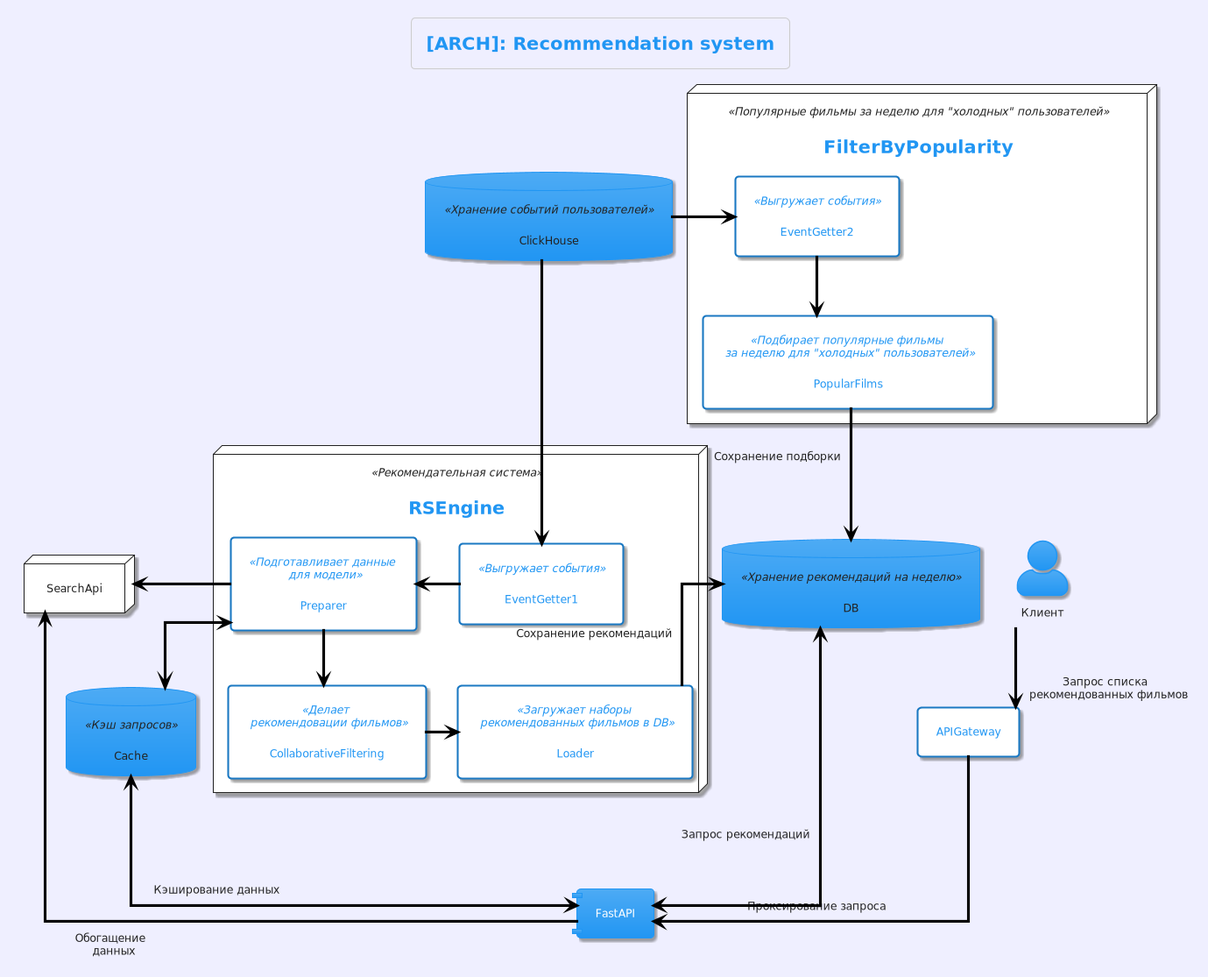
Before: architecture/recsys_architecture_v1-_ARCH___Recommendation_system.png, a diagram exported from PlantUML (CatLecter/RS). Its diagram source:
```plantuml
@startuml
!theme materia
skinparam componentStyle uml1
skinparam backgroundColor MOTIVATION
skinparam linetype ortho
skinparam actorStyle awesome
skinparam defaultTextAlignment center
skinparam classarrowcolor Black
skinparam SequenceMessageAlign reverseDirection

title [ARCH]: Recommendation system

rectangle APIGateway
actor Клиент as Client
component FastAPI
database DB <<Хранение рекомендаций на неделю>>
database Cache <<Кэш запросов>>
node SearchApi
database ClickHouse <<Хранение событий пользователей>>
node RSEngine <<Рекомендательная система>> {
    rectangle EventGetter1 <<Выгружает события>>
    rectangle Preparer <<Подготавливает данные \n для модели>>
    rectangle Loader <<Загружает наборы \n рекомендованных фильмов в DB>>
    rectangle CollaborativeFiltering <<Делает \n рекомендовации фильмов>>
}
node FilterByPopularity <<Популярные фильмы за неделю для "холодных" пользователей>> {
    rectangle EventGetter2 <<Выгружает события>>
    rectangle PopularFilms <<Подбирает популярные фильмы \n за неделю для "холодных" пользователей>>
}

Client --> APIGateway: Запрос списка \n рекомендованных фильмов
APIGateway ---> FastAPI: Проксирование запроса
FastAPI <-up--> DB: Запрос рекомендаций
ClickHouse --> EventGetter1
ClickHouse -right-> EventGetter2
EventGetter1 -left-> Preparer
Preparer -down-> CollaborativeFiltering
Preparer -left-> SearchApi
Preparer <--> Cache
CollaborativeFiltering -right-> Loader
EventGetter2 -down-> PopularFilms
PopularFilms --> DB: Сохранение подборки
DB <-- Loader: Сохранение рекомендаций
FastAPI -up-> SearchApi: Обогащение \n данных
FastAPI <-up--> Cache: Кэширование данных
@enduml
```
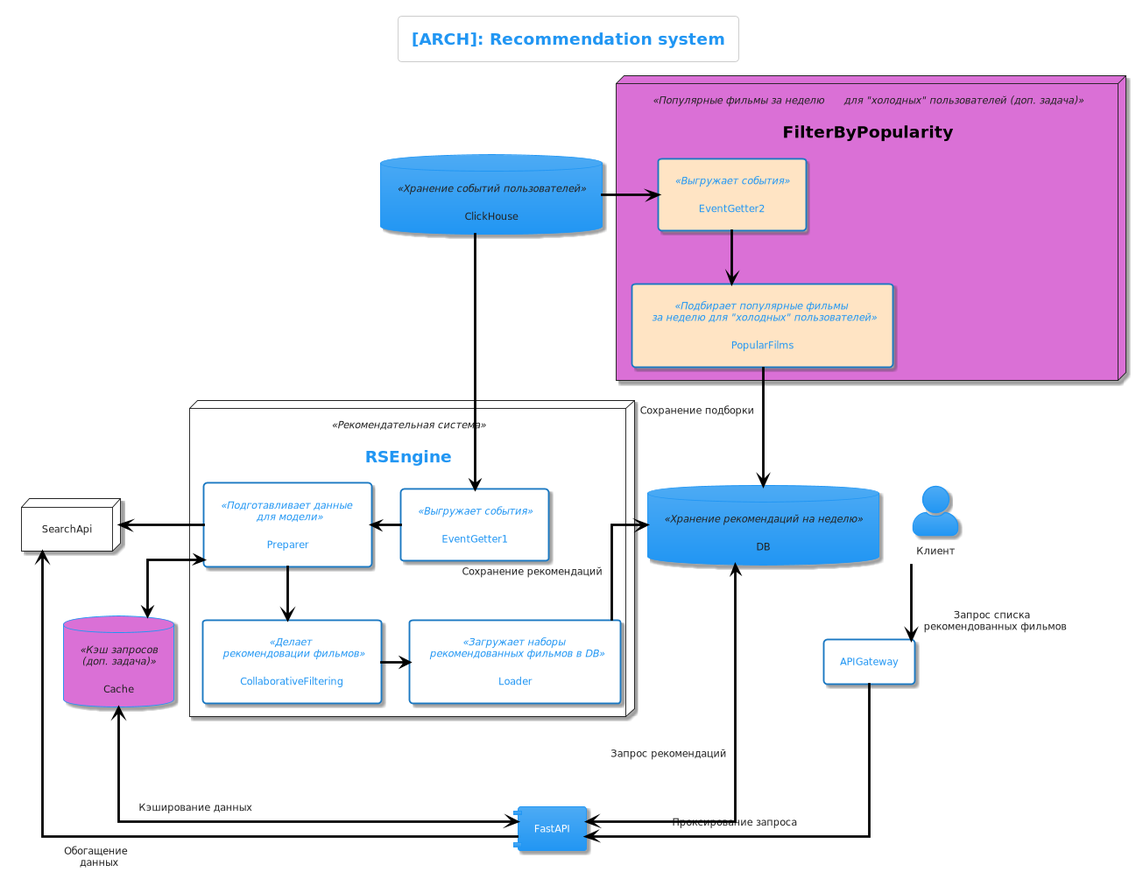
After the commit.

What changed in the source:
```diff
@@ -1,7 +1,7 @@
 @startuml
 !theme materia
 skinparam componentStyle uml1
-skinparam backgroundColor MOTIVATION
+skinparam backgroundColor White
 skinparam linetype ortho
 skinparam actorStyle awesome
 skinparam defaultTextAlignment center
@@ -14,7 +14,7 @@
 actor Клиент as Client
 component FastAPI
 database DB <<Хранение рекомендаций на неделю>>
-database Cache <<Кэш запросов>>
+database Cache <<Кэш запросов\n(доп. задача)>> #orchid
 node SearchApi
 database ClickHouse <<Хранение событий пользователей>>
 node RSEngine <<Рекомендательная система>> {
@@ -23,9 +23,9 @@
     rectangle Loader <<Загружает наборы \n рекомендованных фильмов в DB>>
     rectangle CollaborativeFiltering <<Делает \n рекомендовации фильмов>>
 }
-node FilterByPopularity <<Популярные фильмы за неделю для "холодных" пользователей>> {
-    rectangle EventGetter2 <<Выгружает события>>
-    rectangle PopularFilms <<Подбирает популярные фильмы \n за неделю для "холодных" пользователей>>
+node <color:Black>FilterByPopularity</color> <<Популярные фильмы за неделю      для "холодных" пользователей (доп. задача)>> #orchid {
+    rectangle EventGetter2 <<Выгружает события>> #bisque
+    rectangle PopularFilms <<Подбирает популярные фильмы \n за неделю для "холодных" пользователей>> #bisque
 }
 
 Client --> APIGateway: Запрос списка \n рекомендованных фильмов
```
